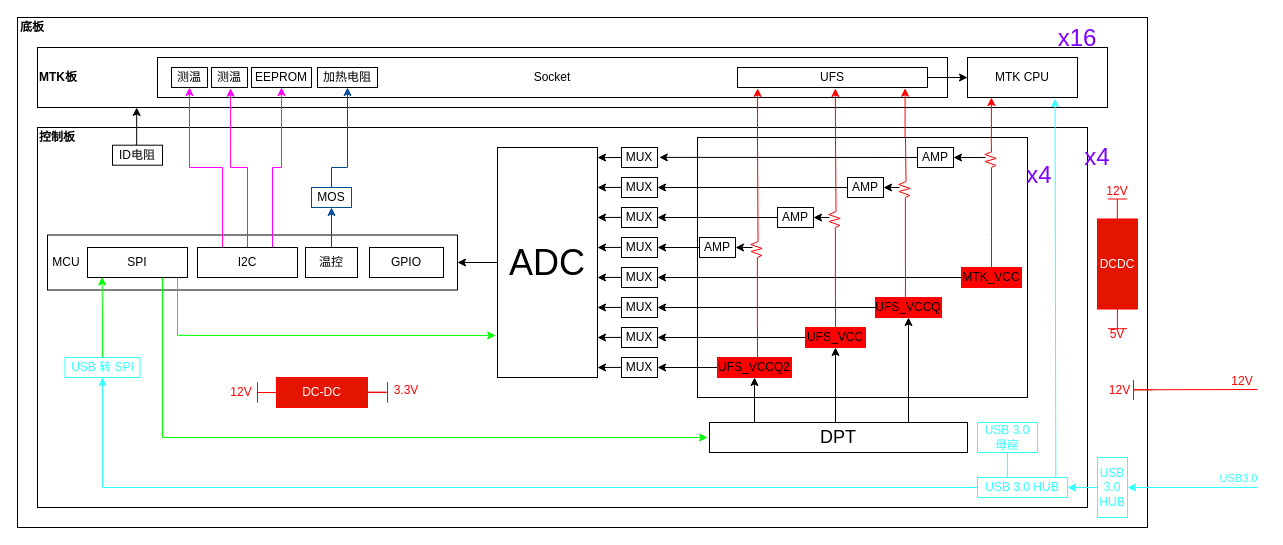
Earlier version of the draw.io diagram draw.io/Untitled Diagram.drawio (8f67ded9/draw.io). Source tidied: cells renumbered, new cells numbered last; positions are measured from the earlier drawing's top-left corner, leaving out a move shared by most shapes. Both pictures are drawn from the tidied source at 100%, with x=0, y=0 at pixel (17, 17).
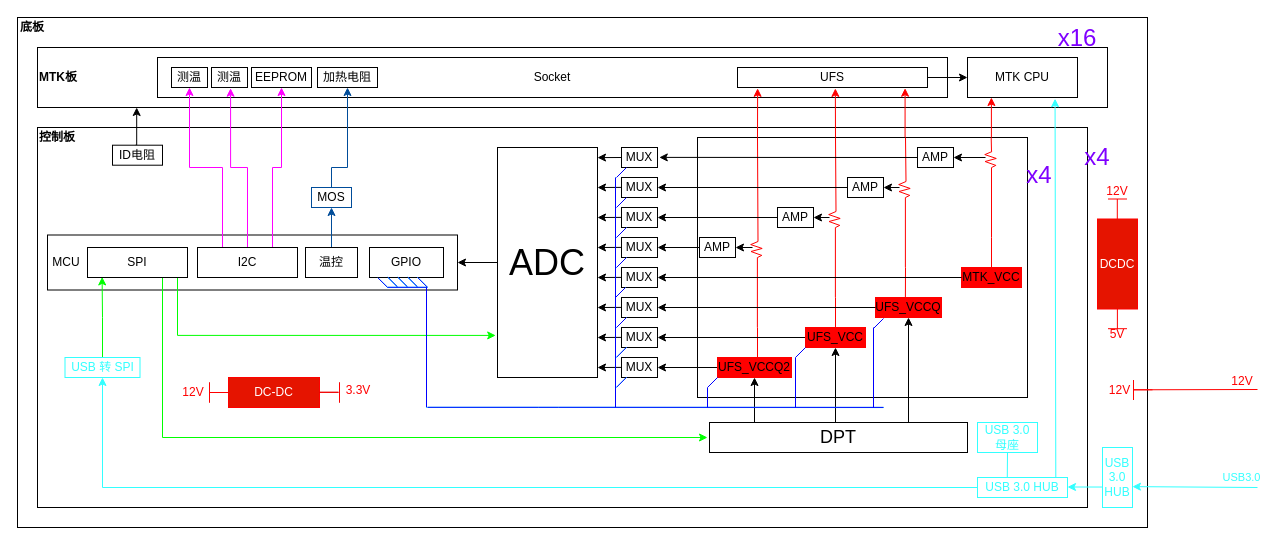
After the change.

Unchanged cells that the change refers to:
```xml
<mxCell id="70" value="USB 3.0 HUB" style="rounded=0;whiteSpace=wrap;html=1;strokeColor=#33FFFF;fontColor=#33FFFF;" parent="1" vertex="1">
  <mxGeometry x="960" y="460" width="90" height="20" as="geometry" />
</mxCell>
<mxCell id="92" value="GPIO" style="rounded=0;whiteSpace=wrap;html=1;" parent="1" vertex="1">
  <mxGeometry x="352" y="230" width="74" height="30" as="geometry" />
</mxCell>
```

The edit, as a diff of the source:
```diff
@@
-    <mxCell id="114" style="endArrow=classic;html=1;entryX=1;entryY=0.5;entryDx=0;entryDy=0;strokeColor=#33FFFF;fontColor=#33FFFF;" parent="1" edge="1" target="117">
+    <mxCell id="114" style="endArrow=classic;html=1;entryX=0.998;entryY=0.652;entryDx=0;entryDy=0;strokeColor=#33FFFF;fontColor=#33FFFF;entryPerimeter=0;" parent="1" edge="1" target="117">
       <mxGeometry relative="1" as="geometry">
         <mxPoint x="1240" y="470" as="sourcePoint" />
       </mxGeometry>
     </mxCell>
@@
-    <mxCell id="116" style="edgeStyle=orthogonalEdgeStyle;rounded=0;jettySize=auto;html=1;exitX=0;exitY=0.5;exitDx=0;exitDy=0;entryX=1;entryY=0.5;entryDx=0;entryDy=0;fontColor=#33FFFF;strokeColor=#33FFFF;" parent="1" edge="1" source="117" target="70">
+    <mxCell id="116" style="edgeStyle=orthogonalEdgeStyle;rounded=0;jettySize=auto;html=1;exitX=-0.004;exitY=0.659;exitDx=0;exitDy=0;entryX=1;entryY=0.5;entryDx=0;entryDy=0;fontColor=#33FFFF;strokeColor=#33FFFF;exitPerimeter=0;" parent="1" edge="1" source="117" target="70">
       <mxGeometry relative="1" as="geometry" />
     </mxCell>
     <mxCell id="117" value="USB&lt;br&gt;3.0&lt;br&gt;HUB" style="rounded=0;whiteSpace=wrap;html=1;strokeColor=#33FFFF;fontColor=#33FFFF;" parent="1" vertex="1">
-      <mxGeometry x="1080" y="440" width="30" height="60" as="geometry" />
+      <mxGeometry x="1085" y="430" width="30" height="60" as="geometry" />
     </mxCell>
     <mxCell id="118" value="DC-DC" style="rounded=0;whiteSpace=wrap;html=1;fillColor=#e51400;fontColor=#ffffff;strokeColor=#FF0000;" parent="1" vertex="1">
-      <mxGeometry x="259" y="360" width="91" height="30" as="geometry" />
+      <mxGeometry x="211" y="360" width="91" height="30" as="geometry" />
     </mxCell>
     <mxCell id="119" style="endArrow=none;html=1;fillColor=#e51400;strokeColor=#B20000;" parent="1" edge="1">
       <mxGeometry relative="1" as="geometry">
-        <mxPoint x="240" y="385" as="sourcePoint" />
-        <mxPoint x="240" y="365" as="targetPoint" />
+        <mxPoint x="192" y="385" as="sourcePoint" />
+        <mxPoint x="192" y="365" as="targetPoint" />
       </mxGeometry>
     </mxCell>
     <mxCell id="120" style="endArrow=none;html=1;exitX=0;exitY=0.5;exitDx=0;exitDy=0;fillColor=#e51400;strokeColor=#B20000;" parent="1" edge="1" source="118">
       <mxGeometry relative="1" as="geometry">
-        <mxPoint x="240" y="375" as="targetPoint" />
+        <mxPoint x="192" y="375" as="targetPoint" />
       </mxGeometry>
     </mxCell>
     <mxCell id="121" value="12V" style="text;html=1;strokeColor=none;fillColor=none;align=center;verticalAlign=middle;whiteSpace=wrap;rounded=0;fontColor=#FF0000;" parent="1" vertex="1">
-      <mxGeometry x="214" y="367.5" width="20" height="15" as="geometry" />
+      <mxGeometry x="166" y="367.5" width="20" height="15" as="geometry" />
     </mxCell>
     <mxCell id="122" value="3.3V" style="text;html=1;strokeColor=none;fillColor=none;align=center;verticalAlign=middle;whiteSpace=wrap;rounded=0;fontColor=#FF0000;" parent="1" vertex="1">
-      <mxGeometry x="378" y="365" width="22" height="15" as="geometry" />
+      <mxGeometry x="330" y="365" width="22" height="15" as="geometry" />
     </mxCell>
     <mxCell id="123" style="endArrow=none;html=1;exitX=0;exitY=0.5;exitDx=0;exitDy=0;fillColor=#e51400;strokeColor=#B20000;" parent="1" edge="1">
       <mxGeometry relative="1" as="geometry">
-        <mxPoint x="369" y="374.8" as="sourcePoint" />
-        <mxPoint x="350" y="374.8" as="targetPoint" />
+        <mxPoint x="321" y="374.8" as="sourcePoint" />
+        <mxPoint x="302" y="374.8" as="targetPoint" />
       </mxGeometry>
     </mxCell>
     <mxCell id="124" style="endArrow=none;html=1;fillColor=#e51400;strokeColor=#B20000;" parent="1" edge="1">
       <mxGeometry relative="1" as="geometry">
-        <mxPoint x="370" y="385" as="sourcePoint" />
-        <mxPoint x="370" y="365" as="targetPoint" />
+        <mxPoint x="322" y="385" as="sourcePoint" />
+        <mxPoint x="322" y="365" as="targetPoint" />
       </mxGeometry>
     </mxCell>
@@
     <mxCell id="135" style="endArrow=none;html=1;fillColor=#e51400;strokeColor=#FF0000;" parent="1" edge="1">
       <mxGeometry relative="1" as="geometry">
-        <mxPoint x="370" y="385" as="sourcePoint" />
-        <mxPoint x="370" y="365" as="targetPoint" />
+        <mxPoint x="322" y="385" as="sourcePoint" />
+        <mxPoint x="322" y="365" as="targetPoint" />
       </mxGeometry>
     </mxCell>
     <mxCell id="136" style="endArrow=none;html=1;exitX=0;exitY=0.5;exitDx=0;exitDy=0;fillColor=#e51400;strokeColor=#FF0000;" parent="1" edge="1">
       <mxGeometry relative="1" as="geometry">
-        <mxPoint x="369" y="374.8" as="sourcePoint" />
-        <mxPoint x="350" y="374.8" as="targetPoint" />
+        <mxPoint x="321" y="374.8" as="sourcePoint" />
+        <mxPoint x="302" y="374.8" as="targetPoint" />
       </mxGeometry>
     </mxCell>
     <mxCell id="137" style="endArrow=none;html=1;exitX=0;exitY=0.5;exitDx=0;exitDy=0;fillColor=#e51400;strokeColor=#FF0000;" parent="1" edge="1">
       <mxGeometry relative="1" as="geometry">
-        <mxPoint x="259" y="375" as="sourcePoint" />
-        <mxPoint x="240" y="375" as="targetPoint" />
+        <mxPoint x="211" y="375" as="sourcePoint" />
+        <mxPoint x="192" y="375" as="targetPoint" />
       </mxGeometry>
     </mxCell>
     <mxCell id="138" style="endArrow=none;html=1;fillColor=#e51400;strokeColor=#FF0000;" parent="1" edge="1">
       <mxGeometry relative="1" as="geometry">
-        <mxPoint x="240" y="385" as="sourcePoint" />
-        <mxPoint x="240" y="365" as="targetPoint" />
+        <mxPoint x="192" y="385" as="sourcePoint" />
+        <mxPoint x="192" y="365" as="targetPoint" />
       </mxGeometry>
     </mxCell>
@@
+    <mxCell id="148" style="endArrow=none;html=1;fontColor=#33FFFF;strokeColor=#33FFFF;" parent="1" edge="1">
+      <mxGeometry relative="1" as="geometry">
+        <mxPoint x="409" y="270" as="sourcePoint" />
+        <mxPoint x="409" y="390" as="targetPoint" />
+      </mxGeometry>
+    </mxCell>
+    <mxCell id="149" style="endArrow=none;html=1;fontColor=#33FFFF;strokeColor=#33FFFF;entryX=0.629;entryY=0.737;entryDx=0;entryDy=0;entryPerimeter=0;" parent="1" edge="1">
+      <mxGeometry relative="1" as="geometry">
+        <mxPoint x="410" y="390" as="sourcePoint" />
+        <mxPoint x="866" y="390.1" as="targetPoint" />
+        <Array as="points">
+          <mxPoint x="530.8" y="390" />
+        </Array>
+      </mxGeometry>
+    </mxCell>
+    <mxCell id="150" style="endArrow=none;html=1;fontColor=#33FFFF;strokeColor=#33FFFF;" parent="1" edge="1">
+      <mxGeometry relative="1" as="geometry">
+        <mxPoint x="598" y="390" as="sourcePoint" />
+        <mxPoint x="598" y="160" as="targetPoint" />
+      </mxGeometry>
+    </mxCell>
+    <mxCell id="151" style="endArrow=none;html=1;fontColor=#33FFFF;strokeColor=#33FFFF;exitX=0.167;exitY=1;exitDx=0;exitDy=0;exitPerimeter=0;" parent="1" edge="1">
+      <mxGeometry relative="1" as="geometry">
+        <mxPoint x="608" y="270" as="sourcePoint" />
+        <mxPoint x="598" y="280" as="targetPoint" />
+      </mxGeometry>
+    </mxCell>
+    <mxCell id="152" style="endArrow=none;html=1;fontColor=#33FFFF;strokeColor=#33FFFF;exitX=0.167;exitY=1;exitDx=0;exitDy=0;exitPerimeter=0;" parent="1" edge="1">
+      <mxGeometry relative="1" as="geometry">
+        <mxPoint x="609" y="300" as="sourcePoint" />
+        <mxPoint x="599" y="310" as="targetPoint" />
+      </mxGeometry>
+    </mxCell>
+    <mxCell id="153" style="endArrow=none;html=1;fontColor=#33FFFF;strokeColor=#33FFFF;exitX=0.167;exitY=1;exitDx=0;exitDy=0;exitPerimeter=0;" parent="1" edge="1">
+      <mxGeometry relative="1" as="geometry">
+        <mxPoint x="609" y="330" as="sourcePoint" />
+        <mxPoint x="599" y="340" as="targetPoint" />
+      </mxGeometry>
+    </mxCell>
+    <mxCell id="154" style="endArrow=none;html=1;fontColor=#33FFFF;strokeColor=#33FFFF;exitX=0.167;exitY=1;exitDx=0;exitDy=0;exitPerimeter=0;" parent="1" edge="1">
+      <mxGeometry relative="1" as="geometry">
+        <mxPoint x="609" y="360" as="sourcePoint" />
+        <mxPoint x="599" y="370" as="targetPoint" />
+      </mxGeometry>
+    </mxCell>
+    <mxCell id="155" style="endArrow=none;html=1;fontColor=#33FFFF;strokeColor=#33FFFF;exitX=0.167;exitY=1;exitDx=0;exitDy=0;exitPerimeter=0;" parent="1" edge="1">
+      <mxGeometry relative="1" as="geometry">
+        <mxPoint x="609" y="240" as="sourcePoint" />
+        <mxPoint x="599" y="250" as="targetPoint" />
+      </mxGeometry>
+    </mxCell>
+    <mxCell id="156" style="endArrow=none;html=1;fontColor=#33FFFF;strokeColor=#33FFFF;exitX=0.167;exitY=1;exitDx=0;exitDy=0;exitPerimeter=0;" parent="1" edge="1">
+      <mxGeometry relative="1" as="geometry">
+        <mxPoint x="609" y="210" as="sourcePoint" />
+        <mxPoint x="599" y="220" as="targetPoint" />
+      </mxGeometry>
+    </mxCell>
+    <mxCell id="157" style="endArrow=none;html=1;fontColor=#33FFFF;exitX=0.167;exitY=1;exitDx=0;exitDy=0;exitPerimeter=0;strokeColor=#0000FF;" parent="1" edge="1">
+      <mxGeometry relative="1" as="geometry">
+        <mxPoint x="609" y="180" as="sourcePoint" />
+        <mxPoint x="599" y="190" as="targetPoint" />
+      </mxGeometry>
+    </mxCell>
+    <mxCell id="158" style="endArrow=none;html=1;fontColor=#33FFFF;exitX=0.167;exitY=1;exitDx=0;exitDy=0;exitPerimeter=0;strokeColor=#0000FF;" parent="1" edge="1">
+      <mxGeometry relative="1" as="geometry">
+        <mxPoint x="609" y="150" as="sourcePoint" />
+        <mxPoint x="599" y="160" as="targetPoint" />
+      </mxGeometry>
+    </mxCell>
+    <mxCell id="159" style="endArrow=none;html=1;fontColor=#33FFFF;strokeColor=#33FFFF;" parent="1" edge="1">
+      <mxGeometry relative="1" as="geometry">
+        <mxPoint x="370" y="270" as="sourcePoint" />
+        <mxPoint x="410" y="270" as="targetPoint" />
+      </mxGeometry>
+    </mxCell>
+    <mxCell id="160" style="endArrow=none;html=1;fontColor=#33FFFF;strokeColor=#33FFFF;exitX=0.114;exitY=1.015;exitDx=0;exitDy=0;exitPerimeter=0;" parent="1" edge="1" source="92">
+      <mxGeometry relative="1" as="geometry">
+        <mxPoint x="370" y="270" as="targetPoint" />
+      </mxGeometry>
+    </mxCell>
+    <mxCell id="161" style="endArrow=none;html=1;fontColor=#33FFFF;strokeColor=#33FFFF;exitX=0.114;exitY=1.015;exitDx=0;exitDy=0;exitPerimeter=0;" parent="1" edge="1">
+      <mxGeometry relative="1" as="geometry">
+        <mxPoint x="370.4" y="260" as="sourcePoint" />
+        <mxPoint x="380" y="269.5" as="targetPoint" />
+      </mxGeometry>
+    </mxCell>
+    <mxCell id="162" style="endArrow=none;html=1;fontColor=#33FFFF;strokeColor=#33FFFF;exitX=0.114;exitY=1.015;exitDx=0;exitDy=0;exitPerimeter=0;" parent="1" edge="1">
+      <mxGeometry relative="1" as="geometry">
+        <mxPoint x="380.4" y="260" as="sourcePoint" />
+        <mxPoint x="390" y="269.5" as="targetPoint" />
+      </mxGeometry>
+    </mxCell>
+    <mxCell id="163" style="endArrow=none;html=1;fontColor=#33FFFF;strokeColor=#33FFFF;exitX=0.114;exitY=1.015;exitDx=0;exitDy=0;exitPerimeter=0;" parent="1" edge="1">
+      <mxGeometry relative="1" as="geometry">
+        <mxPoint x="400" y="260" as="sourcePoint" />
+        <mxPoint x="409.6" y="269.5" as="targetPoint" />
+      </mxGeometry>
+    </mxCell>
+    <mxCell id="164" style="endArrow=none;html=1;fontColor=#33FFFF;strokeColor=#33FFFF;exitX=0.114;exitY=1.015;exitDx=0;exitDy=0;exitPerimeter=0;" parent="1" edge="1">
+      <mxGeometry relative="1" as="geometry">
+        <mxPoint x="390.4" y="260" as="sourcePoint" />
+        <mxPoint x="400" y="269.5" as="targetPoint" />
+      </mxGeometry>
+    </mxCell>
+    <mxCell id="165" style="endArrow=none;html=1;fontColor=#33FFFF;strokeColor=#33FFFF;exitX=0.114;exitY=1.015;exitDx=0;exitDy=0;exitPerimeter=0;" parent="1" edge="1">
+      <mxGeometry relative="1" as="geometry">
+        <mxPoint x="360.4" y="260.3" as="sourcePoint" />
+        <mxPoint x="370" y="269.8" as="targetPoint" />
+      </mxGeometry>
+    </mxCell>
+    <mxCell id="166" style="endArrow=none;html=1;fontColor=#33FFFF;strokeColor=#33FFFF;exitX=0.114;exitY=1.015;exitDx=0;exitDy=0;exitPerimeter=0;" parent="1" edge="1">
+      <mxGeometry relative="1" as="geometry">
+        <mxPoint x="370.4" y="259.8" as="sourcePoint" />
+        <mxPoint x="380" y="269.4" as="targetPoint" />
+      </mxGeometry>
+    </mxCell>
+    <mxCell id="167" style="endArrow=none;html=1;fontColor=#33FFFF;strokeColor=#33FFFF;" parent="1" edge="1">
+      <mxGeometry relative="1" as="geometry">
+        <mxPoint x="370" y="269.8" as="sourcePoint" />
+        <mxPoint x="410" y="269.8" as="targetPoint" />
+      </mxGeometry>
+    </mxCell>
+    <mxCell id="168" style="endArrow=none;html=1;fontColor=#33FFFF;strokeColor=#33FFFF;exitX=0.114;exitY=1.015;exitDx=0;exitDy=0;exitPerimeter=0;" parent="1" edge="1">
+      <mxGeometry relative="1" as="geometry">
+        <mxPoint x="380.4" y="259.8" as="sourcePoint" />
+        <mxPoint x="390" y="269.4" as="targetPoint" />
+      </mxGeometry>
+    </mxCell>
+    <mxCell id="169" style="endArrow=none;html=1;fontColor=#33FFFF;strokeColor=#33FFFF;exitX=0.114;exitY=1.015;exitDx=0;exitDy=0;exitPerimeter=0;" parent="1" edge="1">
+      <mxGeometry relative="1" as="geometry">
+        <mxPoint x="390.4" y="259.8" as="sourcePoint" />
+        <mxPoint x="400" y="269.4" as="targetPoint" />
+      </mxGeometry>
+    </mxCell>
+    <mxCell id="170" style="endArrow=none;html=1;fontColor=#33FFFF;strokeColor=#33FFFF;exitX=0.114;exitY=1.015;exitDx=0;exitDy=0;exitPerimeter=0;" parent="1" edge="1">
+      <mxGeometry relative="1" as="geometry">
+        <mxPoint x="400" y="259.8" as="sourcePoint" />
+        <mxPoint x="409.6" y="269.4" as="targetPoint" />
+      </mxGeometry>
+    </mxCell>
+    <mxCell id="171" style="endArrow=none;html=1;fontColor=#33FFFF;strokeColor=#33FFFF;" parent="1" edge="1">
+      <mxGeometry relative="1" as="geometry">
+        <mxPoint x="409" y="269.8" as="sourcePoint" />
+        <mxPoint x="409" y="389.8" as="targetPoint" />
+      </mxGeometry>
+    </mxCell>
+    <mxCell id="172" style="endArrow=none;html=1;fontColor=#33FFFF;strokeColor=#33FFFF;entryX=0.629;entryY=0.737;entryDx=0;entryDy=0;entryPerimeter=0;" parent="1" edge="1">
+      <mxGeometry relative="1" as="geometry">
+        <mxPoint x="410" y="389.8" as="sourcePoint" />
+        <mxPoint x="866" y="389.9" as="targetPoint" />
+        <Array as="points">
+          <mxPoint x="530.8" y="389.8" />
+        </Array>
+      </mxGeometry>
+    </mxCell>
+    <mxCell id="173" style="endArrow=none;html=1;fontColor=#33FFFF;strokeColor=#33FFFF;exitX=0.167;exitY=1;exitDx=0;exitDy=0;exitPerimeter=0;" parent="1" edge="1">
+      <mxGeometry relative="1" as="geometry">
+        <mxPoint x="609" y="359.8" as="sourcePoint" />
+        <mxPoint x="599" y="369.8" as="targetPoint" />
+      </mxGeometry>
+    </mxCell>
+    <mxCell id="174" style="endArrow=none;html=1;fontColor=#33FFFF;strokeColor=#33FFFF;exitX=0.167;exitY=1;exitDx=0;exitDy=0;exitPerimeter=0;" parent="1" edge="1">
+      <mxGeometry relative="1" as="geometry">
+        <mxPoint x="609" y="329.8" as="sourcePoint" />
+        <mxPoint x="599" y="339.8" as="targetPoint" />
+      </mxGeometry>
+    </mxCell>
+    <mxCell id="175" style="endArrow=none;html=1;fontColor=#33FFFF;exitX=0.114;exitY=1.015;exitDx=0;exitDy=0;exitPerimeter=0;strokeColor=#0000FF;" parent="1" edge="1">
+      <mxGeometry relative="1" as="geometry">
+        <mxPoint x="360.4" y="260.3" as="sourcePoint" />
+        <mxPoint x="370" y="269.8" as="targetPoint" />
+      </mxGeometry>
+    </mxCell>
+    <mxCell id="176" style="endArrow=none;html=1;fontColor=#33FFFF;exitX=0.114;exitY=1.015;exitDx=0;exitDy=0;exitPerimeter=0;strokeColor=#0000FF;" parent="1" edge="1">
+      <mxGeometry relative="1" as="geometry">
+        <mxPoint x="370.4" y="259.8" as="sourcePoint" />
+        <mxPoint x="380" y="269.4" as="targetPoint" />
+      </mxGeometry>
+    </mxCell>
+    <mxCell id="177" style="endArrow=none;html=1;fontColor=#33FFFF;strokeColor=#0000FF;" parent="1" edge="1">
+      <mxGeometry relative="1" as="geometry">
+        <mxPoint x="370" y="269.8" as="sourcePoint" />
+        <mxPoint x="410" y="269.8" as="targetPoint" />
+      </mxGeometry>
+    </mxCell>
+    <mxCell id="178" style="endArrow=none;html=1;fontColor=#33FFFF;exitX=0.114;exitY=1.015;exitDx=0;exitDy=0;exitPerimeter=0;strokeColor=#0000FF;" parent="1" edge="1">
+      <mxGeometry relative="1" as="geometry">
+        <mxPoint x="380.4" y="259.8" as="sourcePoint" />
+        <mxPoint x="390" y="269.4" as="targetPoint" />
+      </mxGeometry>
+    </mxCell>
+    <mxCell id="179" style="endArrow=none;html=1;fontColor=#33FFFF;exitX=0.114;exitY=1.015;exitDx=0;exitDy=0;exitPerimeter=0;strokeColor=#0000FF;" parent="1" edge="1">
+      <mxGeometry relative="1" as="geometry">
+        <mxPoint x="390.4" y="259.8" as="sourcePoint" />
+        <mxPoint x="400" y="269.4" as="targetPoint" />
+      </mxGeometry>
+    </mxCell>
+    <mxCell id="180" style="endArrow=none;html=1;fontColor=#33FFFF;exitX=0.114;exitY=1.015;exitDx=0;exitDy=0;exitPerimeter=0;strokeColor=#0000FF;" parent="1" edge="1">
+      <mxGeometry relative="1" as="geometry">
+        <mxPoint x="400" y="259.8" as="sourcePoint" />
+        <mxPoint x="409.6" y="269.4" as="targetPoint" />
+      </mxGeometry>
+    </mxCell>
+    <mxCell id="181" style="endArrow=none;html=1;fontColor=#33FFFF;strokeColor=#0000FF;" parent="1" edge="1">
+      <mxGeometry relative="1" as="geometry">
+        <mxPoint x="409" y="269.8" as="sourcePoint" />
+        <mxPoint x="409" y="389.8" as="targetPoint" />
+      </mxGeometry>
+    </mxCell>
+    <mxCell id="182" style="endArrow=none;html=1;fontColor=#33FFFF;entryX=0.629;entryY=0.737;entryDx=0;entryDy=0;entryPerimeter=0;strokeColor=#0000FF;" parent="1" edge="1">
+      <mxGeometry relative="1" as="geometry">
+        <mxPoint x="410" y="389.8" as="sourcePoint" />
+        <mxPoint x="866" y="389.9" as="targetPoint" />
+        <Array as="points">
+          <mxPoint x="530.8" y="389.8" />
+        </Array>
+      </mxGeometry>
+    </mxCell>
+    <mxCell id="183" style="endArrow=none;html=1;fontColor=#33FFFF;strokeColor=#0000FF;" parent="1" edge="1">
+      <mxGeometry relative="1" as="geometry">
+        <mxPoint x="598" y="389.8" as="sourcePoint" />
+        <mxPoint x="598" y="160" as="targetPoint" />
+      </mxGeometry>
+    </mxCell>
+    <mxCell id="184" style="endArrow=none;html=1;fontColor=#33FFFF;exitX=0.167;exitY=1;exitDx=0;exitDy=0;exitPerimeter=0;strokeColor=#0000FF;" parent="1" edge="1">
+      <mxGeometry relative="1" as="geometry">
+        <mxPoint x="609" y="359.8" as="sourcePoint" />
+        <mxPoint x="599" y="369.8" as="targetPoint" />
+      </mxGeometry>
+    </mxCell>
+    <mxCell id="185" style="endArrow=none;html=1;fontColor=#33FFFF;exitX=0.167;exitY=1;exitDx=0;exitDy=0;exitPerimeter=0;strokeColor=#0000FF;" parent="1" edge="1">
+      <mxGeometry relative="1" as="geometry">
+        <mxPoint x="609" y="329.8" as="sourcePoint" />
+        <mxPoint x="599" y="339.8" as="targetPoint" />
+      </mxGeometry>
+    </mxCell>
+    <mxCell id="186" style="endArrow=none;html=1;fontColor=#33FFFF;exitX=0.167;exitY=1;exitDx=0;exitDy=0;exitPerimeter=0;strokeColor=#0000FF;" parent="1" edge="1">
+      <mxGeometry relative="1" as="geometry">
+        <mxPoint x="608" y="270" as="sourcePoint" />
+        <mxPoint x="598" y="280" as="targetPoint" />
+      </mxGeometry>
+    </mxCell>
+    <mxCell id="187" style="endArrow=none;html=1;fontColor=#33FFFF;exitX=0.167;exitY=1;exitDx=0;exitDy=0;exitPerimeter=0;strokeColor=#0000FF;" parent="1" edge="1">
+      <mxGeometry relative="1" as="geometry">
+        <mxPoint x="609" y="300" as="sourcePoint" />
+        <mxPoint x="599" y="310" as="targetPoint" />
+      </mxGeometry>
+    </mxCell>
+    <mxCell id="188" style="endArrow=none;html=1;fontColor=#33FFFF;exitX=0.167;exitY=1;exitDx=0;exitDy=0;exitPerimeter=0;strokeColor=#0000FF;" parent="1" edge="1">
+      <mxGeometry relative="1" as="geometry">
+        <mxPoint x="609" y="240" as="sourcePoint" />
+        <mxPoint x="599" y="250" as="targetPoint" />
+      </mxGeometry>
+    </mxCell>
+    <mxCell id="189" style="endArrow=none;html=1;fontColor=#33FFFF;exitX=0.167;exitY=1;exitDx=0;exitDy=0;exitPerimeter=0;strokeColor=#0000FF;" parent="1" edge="1">
+      <mxGeometry relative="1" as="geometry">
+        <mxPoint x="609" y="210" as="sourcePoint" />
+        <mxPoint x="599" y="220" as="targetPoint" />
+      </mxGeometry>
+    </mxCell>
+    <mxCell id="190" style="endArrow=none;html=1;fontColor=#33FFFF;strokeColor=#0000FF;" parent="1" edge="1">
+      <mxGeometry relative="1" as="geometry">
+        <mxPoint x="690" y="370" as="sourcePoint" />
+        <mxPoint x="690" y="390" as="targetPoint" />
+      </mxGeometry>
+    </mxCell>
+    <mxCell id="191" style="endArrow=none;html=1;fontColor=#33FFFF;exitX=0.167;exitY=1;exitDx=0;exitDy=0;exitPerimeter=0;strokeColor=#0000FF;" parent="1" edge="1">
+      <mxGeometry relative="1" as="geometry">
+        <mxPoint x="700" y="360" as="sourcePoint" />
+        <mxPoint x="690" y="370" as="targetPoint" />
+      </mxGeometry>
+    </mxCell>
+    <mxCell id="192" style="endArrow=none;html=1;fontColor=#33FFFF;strokeColor=#0000FF;" parent="1" edge="1">
+      <mxGeometry relative="1" as="geometry">
+        <mxPoint x="778" y="340" as="sourcePoint" />
+        <mxPoint x="778" y="390" as="targetPoint" />
+      </mxGeometry>
+    </mxCell>
+    <mxCell id="193" style="endArrow=none;html=1;fontColor=#33FFFF;exitX=0.167;exitY=1;exitDx=0;exitDy=0;exitPerimeter=0;strokeColor=#0000FF;" parent="1" edge="1">
+      <mxGeometry relative="1" as="geometry">
+        <mxPoint x="788" y="330" as="sourcePoint" />
+        <mxPoint x="778" y="340" as="targetPoint" />
+      </mxGeometry>
+    </mxCell>
+    <mxCell id="194" style="endArrow=none;html=1;fontColor=#33FFFF;strokeColor=#0000FF;" parent="1" edge="1">
+      <mxGeometry relative="1" as="geometry">
+        <mxPoint x="856" y="310" as="sourcePoint" />
+        <mxPoint x="856" y="390" as="targetPoint" />
+      </mxGeometry>
+    </mxCell>
+    <mxCell id="195" style="endArrow=none;html=1;fontColor=#33FFFF;exitX=0.167;exitY=1;exitDx=0;exitDy=0;exitPerimeter=0;strokeColor=#0000FF;" parent="1" edge="1">
+      <mxGeometry relative="1" as="geometry">
+        <mxPoint x="866" y="301" as="sourcePoint" />
+        <mxPoint x="856" y="311" as="targetPoint" />
+      </mxGeometry>
+    </mxCell>
```
